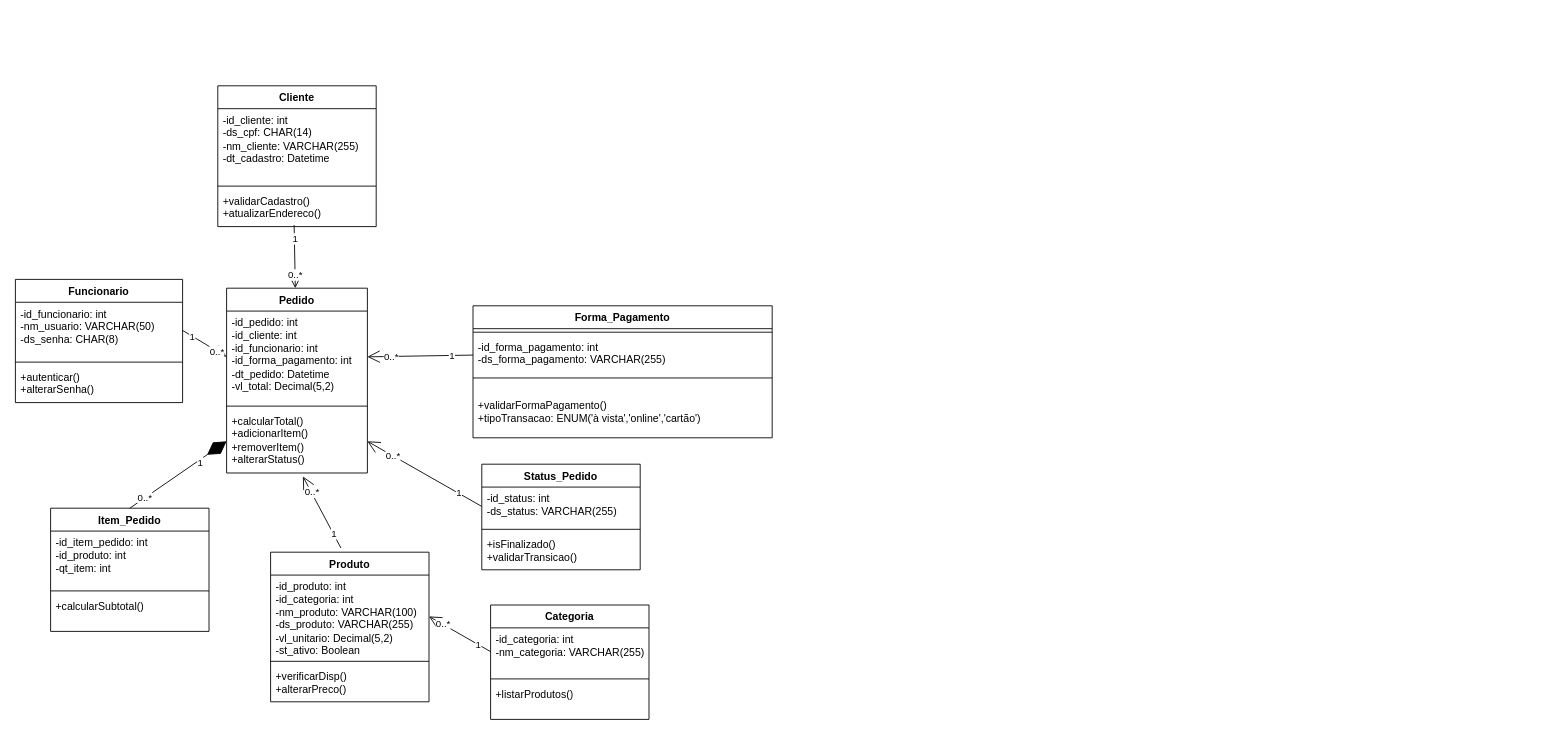
The draw.io diagram gestor-pedidos-lanchonete/sistema-de-gestao-de-pedidos/target/classes/com/lanchonete/view/DiagramaPagamento.drawio in nathensen/lanchonete-novo-final, before the edit. Source tidied: cells renumbered, new cells numbered last; positions are measured from the earlier drawing's top-left corner, leaving out a move shared by most shapes. Both pictures are drawn from the tidied source at 88%, with x=0, y=0 at pixel (15, 85).
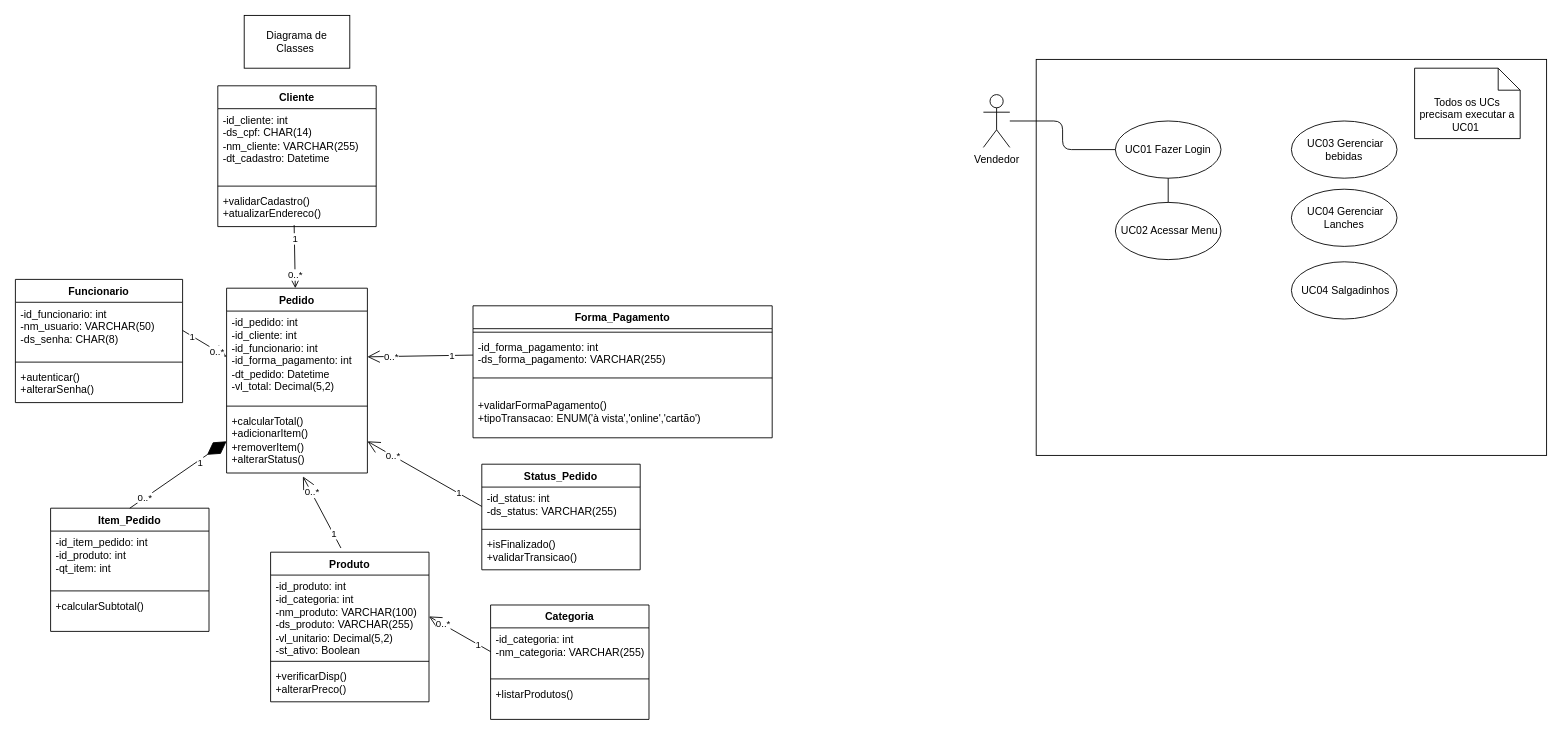
The same page after the edit.

Commit message (it also covers changes not shown here):
Caso de uso

Change to the diagram source:
```diff
@@
+    <mxCell id="56" value="Diagrama de Classes&amp;nbsp;" style="rounded=0;whiteSpace=wrap;html=1;" parent="1" vertex="1">
+      <mxGeometry x="260" y="-80" width="120" height="60" as="geometry" />
+    </mxCell>
+    <mxCell id="57" style="rounded=0;whiteSpace=wrap;html=1;" parent="1" vertex="1">
+      <mxGeometry x="1160" y="-30" width="580" height="450" as="geometry" />
+    </mxCell>
+    <mxCell id="58" value="&lt;div style=&quot;&quot;&gt;&lt;span style=&quot;background-color: transparent;&quot;&gt;Todos os UCs precisam executar a UC01&amp;nbsp;&lt;/span&gt;&lt;/div&gt;" style="shape=note2;boundedLbl=1;whiteSpace=wrap;html=1;size=25;verticalAlign=top;align=center;" parent="1" vertex="1">
+      <mxGeometry x="1590" y="-20" width="120" height="80" as="geometry" />
+    </mxCell>
+    <mxCell id="59" value="Vendedor" style="shape=umlActor;verticalLabelPosition=bottom;verticalAlign=top;html=1;" parent="1" vertex="1">
+      <mxGeometry x="1100" y="10" width="30" height="60" as="geometry" />
+    </mxCell>
+    <mxCell id="60" value="UC01 Fazer Login" style="ellipse;whiteSpace=wrap;html=1;" parent="1" vertex="1">
+      <mxGeometry x="1250" y="40" width="120" height="65" as="geometry" />
+    </mxCell>
+    <mxCell id="61" value="&amp;nbsp;UC02 Acessar Menu" style="ellipse;whiteSpace=wrap;html=1;" parent="1" vertex="1">
+      <mxGeometry x="1250" y="132.5" width="120" height="65" as="geometry" />
+    </mxCell>
+    <mxCell id="62" value="&amp;nbsp;UC03 Gerenciar bebidas" style="ellipse;whiteSpace=wrap;html=1;" parent="1" vertex="1">
+      <mxGeometry x="1450" y="40" width="120" height="65" as="geometry" />
+    </mxCell>
+    <mxCell id="63" style="endArrow=none;html=1;edgeStyle=orthogonalEdgeStyle;entryX=0;entryY=0.5;entryDx=0;entryDy=0;" parent="1" edge="1" source="59" target="60">
+      <mxGeometry relative="1" as="geometry" />
+    </mxCell>
+    <mxCell id="64" style="endArrow=none;html=1;edgeStyle=orthogonalEdgeStyle;entryX=0.5;entryY=1;entryDx=0;entryDy=0;exitX=0.5;exitY=0;exitDx=0;exitDy=0;" parent="1" edge="1" source="61" target="60">
+      <mxGeometry relative="1" as="geometry" />
+    </mxCell>
+    <mxCell id="65" value="&amp;nbsp;UC04 Gerenciar Lanches" style="ellipse;whiteSpace=wrap;html=1;" parent="1" vertex="1">
+      <mxGeometry x="1450" y="117.5" width="120" height="65" as="geometry" />
+    </mxCell>
+    <mxCell id="66" value="&amp;nbsp;UC04 Salgadinhos" style="ellipse;whiteSpace=wrap;html=1;" parent="1" vertex="1">
+      <mxGeometry x="1450" y="200" width="120" height="65" as="geometry" />
+    </mxCell>
```
